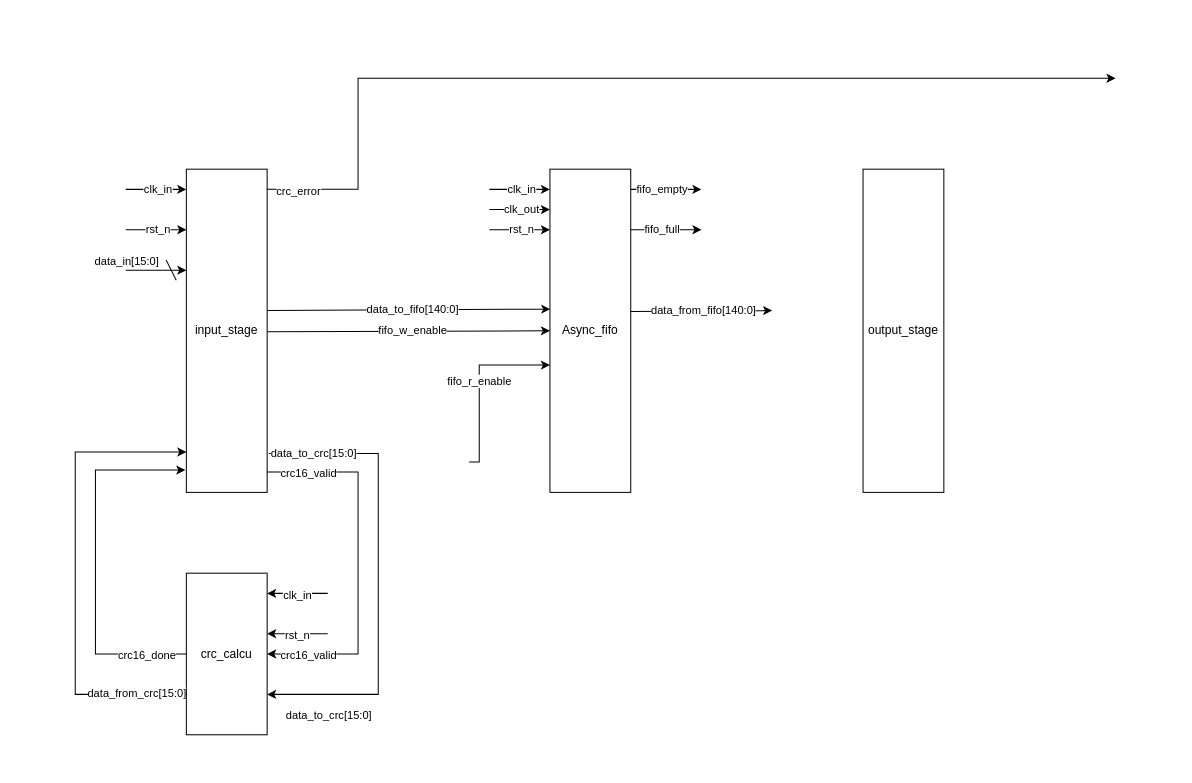
Earlier version of the draw.io diagram doc/1-完整设计规范说明书/schematic.drawio (ME-for-Computing-Power/chaoslogic). Source tidied: cells renumbered, new cells numbered last; positions are measured from the earlier drawing's top-left corner, leaving out a move shared by most shapes. Both pictures are drawn from the tidied source at 101%, with x=0, y=0 at pixel (75, 78).
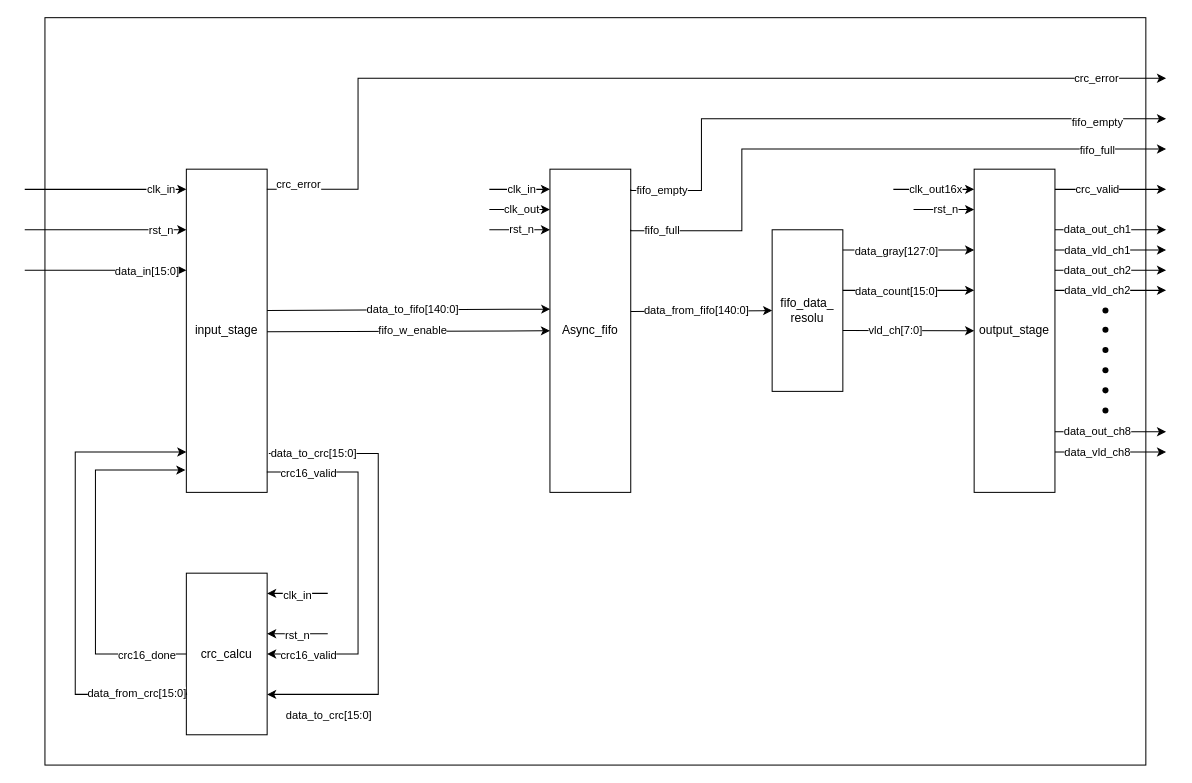
Above is the later version.

The change refers to these unchanged cells:
```xml
<mxCell id="2" value="input_stage" style="rounded=0;whiteSpace=wrap;html=1;" parent="1" vertex="1">
  <mxGeometry x="110" y="90" width="80" height="320" as="geometry" />
</mxCell>
```

Diff of the diagram source:
```diff
@@
+    <mxCell id="47" style="rounded=0;whiteSpace=wrap;html=1;fillColor=none;" parent="1" vertex="1">
+      <mxGeometry x="-30" y="-60" width="1090" height="740" as="geometry" />
+    </mxCell>
@@
     <mxCell id="4" value="output_stage" style="rounded=0;whiteSpace=wrap;html=1;" parent="1" vertex="1">
-      <mxGeometry x="780" y="90" width="80" height="320" as="geometry" />
+      <mxGeometry x="890" y="90" width="80" height="320" as="geometry" />
     </mxCell>
     <mxCell id="5" style="endArrow=classic;html=1;rounded=0;" parent="1" edge="1">
       <mxGeometry relative="1" as="geometry">
-        <mxPoint x="50" y="110" as="sourcePoint" />
+        <mxPoint x="-50" y="110" as="sourcePoint" />
         <mxPoint x="110" y="110" as="targetPoint" />
       </mxGeometry>
     </mxCell>
     <mxCell id="6" value="clk_in" style="edgeLabel;html=1;align=center;verticalAlign=middle;" parent="5" vertex="1">
-      <mxGeometry x="0.03" y="1" relative="1" as="geometry" />
+      <mxGeometry x="0.03" y="1" relative="1" as="geometry">
+        <mxPoint x="52" as="offset" />
+      </mxGeometry>
     </mxCell>
     <mxCell id="7" style="endArrow=classic;html=1;rounded=0;" parent="1" edge="1">
       <mxGeometry relative="1" as="geometry">
-        <mxPoint x="50" y="150" as="sourcePoint" />
+        <mxPoint x="-50" y="150" as="sourcePoint" />
         <mxPoint x="110" y="150" as="targetPoint" />
       </mxGeometry>
     </mxCell>
     <mxCell id="8" value="rst_n" style="edgeLabel;html=1;align=center;verticalAlign=middle;" parent="7" vertex="1">
-      <mxGeometry x="0.03" y="1" relative="1" as="geometry" />
+      <mxGeometry x="0.03" y="1" relative="1" as="geometry">
+        <mxPoint x="52" y="1" as="offset" />
+      </mxGeometry>
     </mxCell>
     <mxCell id="9" style="endArrow=classic;html=1;rounded=0;" parent="1" edge="1">
       <mxGeometry relative="1" as="geometry">
-        <mxPoint x="50" y="190" as="sourcePoint" />
+        <mxPoint x="-50" y="190" as="sourcePoint" />
         <mxPoint x="110" y="190" as="targetPoint" />
       </mxGeometry>
     </mxCell>
     <mxCell id="10" value="data_in[15:0]" style="edgeLabel;html=1;align=center;verticalAlign=middle;" parent="9" vertex="1">
       <mxGeometry x="0.03" y="1" relative="1" as="geometry">
-        <mxPoint x="-31" y="-9" as="offset" />
+        <mxPoint x="38" y="1" as="offset" />
       </mxGeometry>
     </mxCell>
-    <mxCell id="11" style="endArrow=none;html=1;rounded=0;" parent="1" edge="1">
-      <mxGeometry relative="1" as="geometry">
-        <mxPoint x="100" y="200" as="sourcePoint" />
-        <mxPoint x="90" y="180" as="targetPoint" />
-      </mxGeometry>
-    </mxCell>
@@
     <mxCell id="27" style="endArrow=classic;html=1;rounded=0;exitX=0.996;exitY=0.062;exitDx=0;exitDy=0;edgeStyle=orthogonalEdgeStyle;exitPerimeter=0;" parent="1" edge="1" source="2">
       <mxGeometry relative="1" as="geometry">
-        <mxPoint x="1030" as="targetPoint" />
+        <mxPoint x="1080" as="targetPoint" />
         <Array as="points">
           <mxPoint x="280" y="110" />
           <mxPoint x="280" />
         </Array>
       </mxGeometry>
     </mxCell>
@@
+    <mxCell id="48" value="crc_error" style="edgeLabel;html=1;align=center;verticalAlign=middle;" parent="27" vertex="1">
+      <mxGeometry x="0.87" y="1" relative="1" as="geometry">
+        <mxPoint x="-4" as="offset" />
+      </mxGeometry>
+    </mxCell>
@@
-    <mxCell id="39" style="endArrow=classic;html=1;rounded=0;" parent="1" edge="1">
+    <mxCell id="39" style="endArrow=classic;html=1;rounded=0;entryX=0;entryY=0.5;entryDx=0;entryDy=0;" parent="1" edge="1" target="51">
       <mxGeometry relative="1" as="geometry">
         <mxPoint x="550" y="231" as="sourcePoint" />
-        <mxPoint x="690" y="230" as="targetPoint" />
       </mxGeometry>
     </mxCell>
     <mxCell id="40" value="data_from_fifo[140:0]" style="edgeLabel;html=1;align=center;verticalAlign=middle;" parent="39" vertex="1">
-      <mxGeometry x="0.03" y="1" relative="1" as="geometry" />
+      <mxGeometry x="0.03" y="1" relative="1" as="geometry">
+        <mxPoint x="-7" as="offset" />
+      </mxGeometry>
     </mxCell>
-    <mxCell id="41" style="endArrow=classic;html=1;rounded=0;" parent="1" edge="1">
+    <mxCell id="41" style="endArrow=classic;html=1;rounded=0;edgeStyle=orthogonalEdgeStyle;" parent="1" edge="1">
       <mxGeometry relative="1" as="geometry">
         <mxPoint x="550" y="110" as="sourcePoint" />
-        <mxPoint x="620" y="110" as="targetPoint" />
+        <mxPoint x="1080" y="40" as="targetPoint" />
+        <Array as="points">
+          <mxPoint x="620" y="111" />
+          <mxPoint x="620" y="40" />
+        </Array>
       </mxGeometry>
     </mxCell>
     <mxCell id="42" value="fifo_empty" style="edgeLabel;html=1;align=center;verticalAlign=middle;" parent="41" vertex="1">
       <mxGeometry x="0.03" y="1" relative="1" as="geometry">
-        <mxPoint x="-6" as="offset" />
+        <mxPoint x="-208" y="71" as="offset" />
       </mxGeometry>
     </mxCell>
+    <mxCell id="49" value="fifo_empty" style="edgeLabel;html=1;align=center;verticalAlign=middle;" parent="41" vertex="1">
+      <mxGeometry x="0.84" y="-3" relative="1" as="geometry">
+        <mxPoint x="-21" as="offset" />
+      </mxGeometry>
+    </mxCell>
-    <mxCell id="43" style="endArrow=classic;html=1;rounded=0;" parent="1" edge="1">
+    <mxCell id="43" style="endArrow=classic;html=1;rounded=0;edgeStyle=orthogonalEdgeStyle;" parent="1" edge="1">
       <mxGeometry relative="1" as="geometry">
         <mxPoint x="550" y="150" as="sourcePoint" />
-        <mxPoint x="620" y="150" as="targetPoint" />
+        <mxPoint x="1080" y="70" as="targetPoint" />
+        <Array as="points">
+          <mxPoint x="660" y="151" />
+          <mxPoint x="660" y="70" />
+        </Array>
       </mxGeometry>
     </mxCell>
     <mxCell id="44" value="fifo_full" style="edgeLabel;html=1;align=center;verticalAlign=middle;" parent="43" vertex="1">
       <mxGeometry x="0.03" y="1" relative="1" as="geometry">
-        <mxPoint x="-6" as="offset" />
+        <mxPoint x="-203" y="81" as="offset" />
       </mxGeometry>
     </mxCell>
-    <mxCell id="45" style="endArrow=classic;html=1;rounded=0;entryX=0.004;entryY=0.433;entryDx=0;entryDy=0;entryPerimeter=0;edgeStyle=orthogonalEdgeStyle;" parent="1" edge="1">
-      <mxGeometry relative="1" as="geometry">
-        <mxPoint x="390" y="380" as="sourcePoint" />
-        <mxPoint x="470" y="284" as="targetPoint" />
-        <Array as="points">
-          <mxPoint x="400" y="380" />
-          <mxPoint x="400" y="284" />
-        </Array>
-      </mxGeometry>
-    </mxCell>
-    <mxCell id="46" value="fifo_r_enable" style="edgeLabel;html=1;align=center;verticalAlign=middle;" parent="45" vertex="1">
-      <mxGeometry x="0.03" y="1" relative="1" as="geometry" />
-    </mxCell>
+    <mxCell id="50" value="fifo_full" style="edgeLabel;html=1;align=center;verticalAlign=middle;" parent="43" vertex="1">
+      <mxGeometry x="0.83" relative="1" as="geometry">
+        <mxPoint x="-17" as="offset" />
+      </mxGeometry>
+    </mxCell>
+    <mxCell id="51" value="fifo_data_&lt;div&gt;resolu&lt;/div&gt;" style="rounded=0;whiteSpace=wrap;html=1;" parent="1" vertex="1">
+      <mxGeometry x="690" y="150" width="70" height="160" as="geometry" />
+    </mxCell>
+    <mxCell id="52" style="endArrow=classic;html=1;rounded=0;entryX=0;entryY=0.25;entryDx=0;entryDy=0;" parent="1" edge="1" target="4">
+      <mxGeometry relative="1" as="geometry">
+        <mxPoint x="760" y="170" as="sourcePoint" />
+      </mxGeometry>
+    </mxCell>
+    <mxCell id="53" value="&lt;div style=&quot;color: rgb(59, 59, 59); background-color: rgb(255, 255, 255); font-family: Menlo, Monaco, &amp;quot;Courier New&amp;quot;, monospace; font-size: 12px; line-height: 18px; white-space-collapse: preserve;&quot;&gt;&lt;br&gt;&lt;/div&gt;" style="edgeLabel;html=1;align=center;verticalAlign=middle;" parent="52" vertex="1">
+      <mxGeometry x="0.03" y="1" relative="1" as="geometry" />
+    </mxCell>
+    <mxCell id="54" value="data_gray[127:0]" style="edgeLabel;html=1;align=center;verticalAlign=middle;" parent="52" vertex="1">
+      <mxGeometry x="0.23" relative="1" as="geometry">
+        <mxPoint x="-28" as="offset" />
+      </mxGeometry>
+    </mxCell>
+    <mxCell id="55" style="endArrow=classic;html=1;rounded=0;" parent="1" edge="1">
+      <mxGeometry relative="1" as="geometry">
+        <mxPoint x="760" y="210" as="sourcePoint" />
+        <mxPoint x="890" y="210" as="targetPoint" />
+      </mxGeometry>
+    </mxCell>
+    <mxCell id="56" value="&lt;div style=&quot;color: rgb(59, 59, 59); background-color: rgb(255, 255, 255); font-family: Menlo, Monaco, &amp;quot;Courier New&amp;quot;, monospace; font-size: 12px; line-height: 18px; white-space-collapse: preserve;&quot;&gt;&lt;br&gt;&lt;/div&gt;" style="edgeLabel;html=1;align=center;verticalAlign=middle;" parent="55" vertex="1">
+      <mxGeometry x="0.03" y="1" relative="1" as="geometry" />
+    </mxCell>
+    <mxCell id="57" value="data_count[15:0]" style="edgeLabel;html=1;align=center;verticalAlign=middle;" parent="55" vertex="1">
+      <mxGeometry x="0.23" relative="1" as="geometry">
+        <mxPoint x="-28" as="offset" />
+      </mxGeometry>
+    </mxCell>
+    <mxCell id="58" style="endArrow=classic;html=1;rounded=0;" parent="1" edge="1">
+      <mxGeometry relative="1" as="geometry">
+        <mxPoint x="760" y="249.7" as="sourcePoint" />
+        <mxPoint x="890" y="250" as="targetPoint" />
+      </mxGeometry>
+    </mxCell>
+    <mxCell id="59" value="&lt;div style=&quot;color: rgb(59, 59, 59); background-color: rgb(255, 255, 255); font-family: Menlo, Monaco, &amp;quot;Courier New&amp;quot;, monospace; font-size: 12px; line-height: 18px; white-space-collapse: preserve;&quot;&gt;&lt;br&gt;&lt;/div&gt;" style="edgeLabel;html=1;align=center;verticalAlign=middle;" parent="58" vertex="1">
+      <mxGeometry x="0.03" y="1" relative="1" as="geometry" />
+    </mxCell>
+    <mxCell id="60" value="vld_ch[7:0]" style="edgeLabel;html=1;align=center;verticalAlign=middle;" parent="58" vertex="1">
+      <mxGeometry x="0.23" relative="1" as="geometry">
+        <mxPoint x="-28" as="offset" />
+      </mxGeometry>
+    </mxCell>
+    <mxCell id="61" style="endArrow=classic;html=1;rounded=0;" parent="1" edge="1">
+      <mxGeometry relative="1" as="geometry">
+        <mxPoint x="830" y="130" as="sourcePoint" />
+        <mxPoint x="890" y="130" as="targetPoint" />
+      </mxGeometry>
+    </mxCell>
+    <mxCell id="62" value="rst_n" style="edgeLabel;html=1;align=center;verticalAlign=middle;" parent="61" vertex="1">
+      <mxGeometry x="0.03" y="1" relative="1" as="geometry" />
+    </mxCell>
+    <mxCell id="63" style="endArrow=classic;html=1;rounded=0;" parent="1" edge="1">
+      <mxGeometry relative="1" as="geometry">
+        <mxPoint x="810" y="110" as="sourcePoint" />
+        <mxPoint x="890" y="110" as="targetPoint" />
+      </mxGeometry>
+    </mxCell>
+    <mxCell id="64" value="clk_out16x" style="edgeLabel;html=1;align=center;verticalAlign=middle;" parent="63" vertex="1">
+      <mxGeometry x="0.03" y="1" relative="1" as="geometry" />
+    </mxCell>
+    <mxCell id="65" style="endArrow=classic;html=1;rounded=0;" parent="1" edge="1">
+      <mxGeometry relative="1" as="geometry">
+        <mxPoint x="970" y="110" as="sourcePoint" />
+        <mxPoint x="1080" y="110" as="targetPoint" />
+      </mxGeometry>
+    </mxCell>
+    <mxCell id="66" value="crc_valid" style="edgeLabel;html=1;align=center;verticalAlign=middle;" parent="65" vertex="1">
+      <mxGeometry x="0.03" y="1" relative="1" as="geometry">
+        <mxPoint x="-16" as="offset" />
+      </mxGeometry>
+    </mxCell>
+    <mxCell id="67" style="endArrow=classic;html=1;rounded=0;" parent="1" edge="1">
+      <mxGeometry relative="1" as="geometry">
+        <mxPoint x="970" y="150" as="sourcePoint" />
+        <mxPoint x="1080" y="150" as="targetPoint" />
+      </mxGeometry>
+    </mxCell>
+    <mxCell id="68" value="data_out_ch1" style="edgeLabel;html=1;align=center;verticalAlign=middle;" parent="67" vertex="1">
+      <mxGeometry x="0.03" y="1" relative="1" as="geometry">
+        <mxPoint x="-16" as="offset" />
+      </mxGeometry>
+    </mxCell>
+    <mxCell id="69" style="endArrow=classic;html=1;rounded=0;" parent="1" edge="1">
+      <mxGeometry relative="1" as="geometry">
+        <mxPoint x="970" y="170" as="sourcePoint" />
+        <mxPoint x="1080" y="170" as="targetPoint" />
+      </mxGeometry>
+    </mxCell>
+    <mxCell id="70" value="data_vld_ch1" style="edgeLabel;html=1;align=center;verticalAlign=middle;" parent="69" vertex="1">
+      <mxGeometry x="0.03" y="1" relative="1" as="geometry">
+        <mxPoint x="-16" as="offset" />
+      </mxGeometry>
+    </mxCell>
+    <mxCell id="71" style="endArrow=classic;html=1;rounded=0;" parent="1" edge="1">
+      <mxGeometry relative="1" as="geometry">
+        <mxPoint x="970" y="190" as="sourcePoint" />
+        <mxPoint x="1080" y="190" as="targetPoint" />
+      </mxGeometry>
+    </mxCell>
+    <mxCell id="72" value="data_out_ch2" style="edgeLabel;html=1;align=center;verticalAlign=middle;" parent="71" vertex="1">
+      <mxGeometry x="0.03" y="1" relative="1" as="geometry">
+        <mxPoint x="-16" as="offset" />
+      </mxGeometry>
+    </mxCell>
+    <mxCell id="73" style="endArrow=classic;html=1;rounded=0;" parent="1" edge="1">
+      <mxGeometry relative="1" as="geometry">
+        <mxPoint x="970" y="210" as="sourcePoint" />
+        <mxPoint x="1080" y="210" as="targetPoint" />
+      </mxGeometry>
+    </mxCell>
+    <mxCell id="74" value="data_vld_ch2" style="edgeLabel;html=1;align=center;verticalAlign=middle;" parent="73" vertex="1">
+      <mxGeometry x="0.03" y="1" relative="1" as="geometry">
+        <mxPoint x="-16" as="offset" />
+      </mxGeometry>
+    </mxCell>
+    <mxCell id="75" style="endArrow=classic;html=1;rounded=0;" parent="1" edge="1">
+      <mxGeometry relative="1" as="geometry">
+        <mxPoint x="970" y="350" as="sourcePoint" />
+        <mxPoint x="1080" y="350" as="targetPoint" />
+      </mxGeometry>
+    </mxCell>
+    <mxCell id="76" value="data_out_ch8" style="edgeLabel;html=1;align=center;verticalAlign=middle;" parent="75" vertex="1">
+      <mxGeometry x="0.03" y="1" relative="1" as="geometry">
+        <mxPoint x="-16" as="offset" />
+      </mxGeometry>
+    </mxCell>
+    <mxCell id="77" style="endArrow=classic;html=1;rounded=0;" parent="1" edge="1">
+      <mxGeometry relative="1" as="geometry">
+        <mxPoint x="970" y="370" as="sourcePoint" />
+        <mxPoint x="1080" y="370" as="targetPoint" />
+      </mxGeometry>
+    </mxCell>
+    <mxCell id="78" value="data_vld_ch8" style="edgeLabel;html=1;align=center;verticalAlign=middle;" parent="77" vertex="1">
+      <mxGeometry x="0.03" y="1" relative="1" as="geometry">
+        <mxPoint x="-16" as="offset" />
+      </mxGeometry>
+    </mxCell>
+    <mxCell id="79" style="shape=waypoint;sketch=0;fillStyle=solid;size=6;fillColor=none;perimeter=centerPerimeter;" parent="1" vertex="1">
+      <mxGeometry x="1010" y="239" width="20" height="20" as="geometry" />
+    </mxCell>
+    <mxCell id="80" style="shape=waypoint;sketch=0;fillStyle=solid;size=6;fillColor=none;perimeter=centerPerimeter;" parent="1" vertex="1">
+      <mxGeometry x="1010" y="279" width="20" height="20" as="geometry" />
+    </mxCell>
+    <mxCell id="81" style="shape=waypoint;sketch=0;fillStyle=solid;size=6;fillColor=none;perimeter=centerPerimeter;" parent="1" vertex="1">
+      <mxGeometry x="1010" y="299" width="20" height="20" as="geometry" />
+    </mxCell>
+    <mxCell id="82" style="shape=waypoint;sketch=0;fillStyle=solid;size=6;fillColor=none;perimeter=centerPerimeter;" parent="1" vertex="1">
+      <mxGeometry x="1010" y="259" width="20" height="20" as="geometry" />
+    </mxCell>
+    <mxCell id="83" style="shape=waypoint;sketch=0;fillStyle=solid;size=6;fillColor=none;perimeter=centerPerimeter;" parent="1" vertex="1">
+      <mxGeometry x="1010" y="319" width="20" height="20" as="geometry" />
+    </mxCell>
+    <mxCell id="84" style="shape=waypoint;sketch=0;fillStyle=solid;size=6;fillColor=none;perimeter=centerPerimeter;" parent="1" vertex="1">
+      <mxGeometry x="1010" y="220" width="20" height="20" as="geometry" />
+    </mxCell>
```
